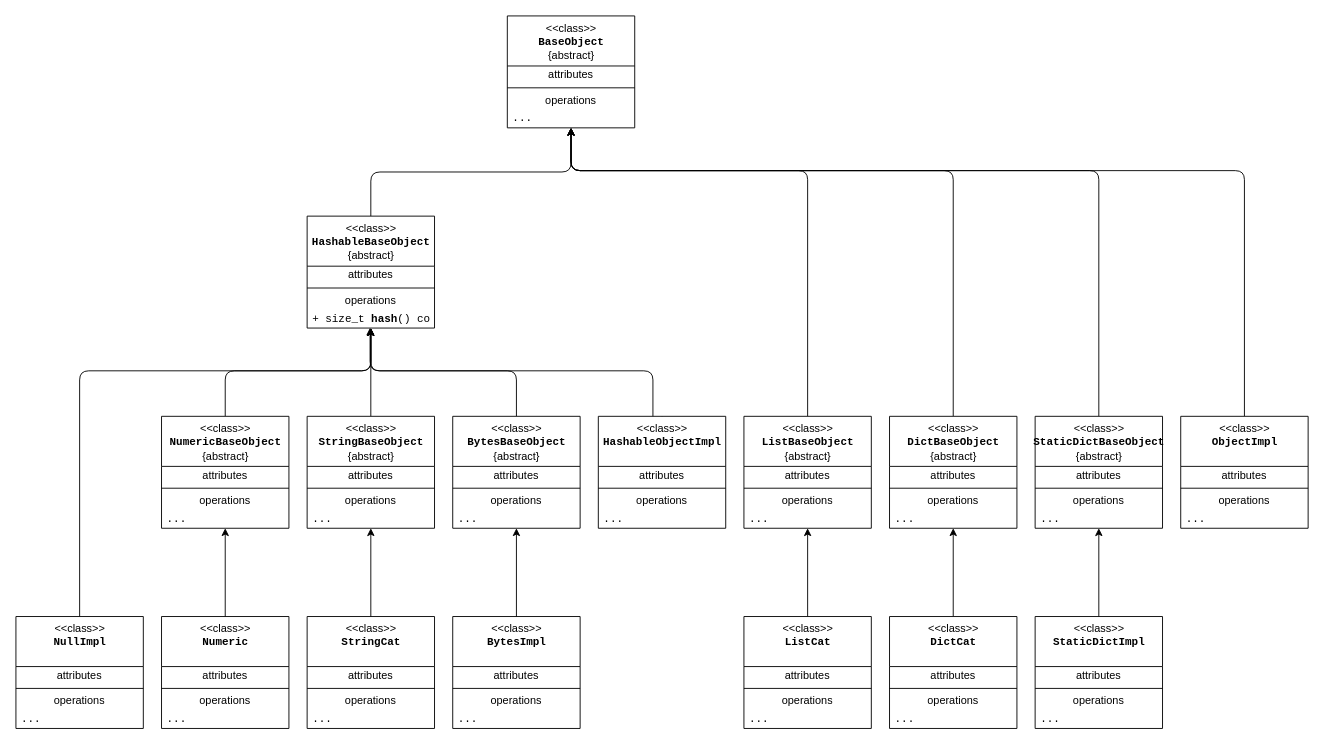
The draw.io diagram docs/classes_layout.drawio in zhenghaven/SimpleObjects, before the edit. Source tidied: cells renumbered, new cells numbered last; positions are measured from the earlier drawing's top-left corner, leaving out a move shared by most shapes. Both pictures are drawn from the tidied source at 91%, with x=0, y=0 at pixel (15, 15).
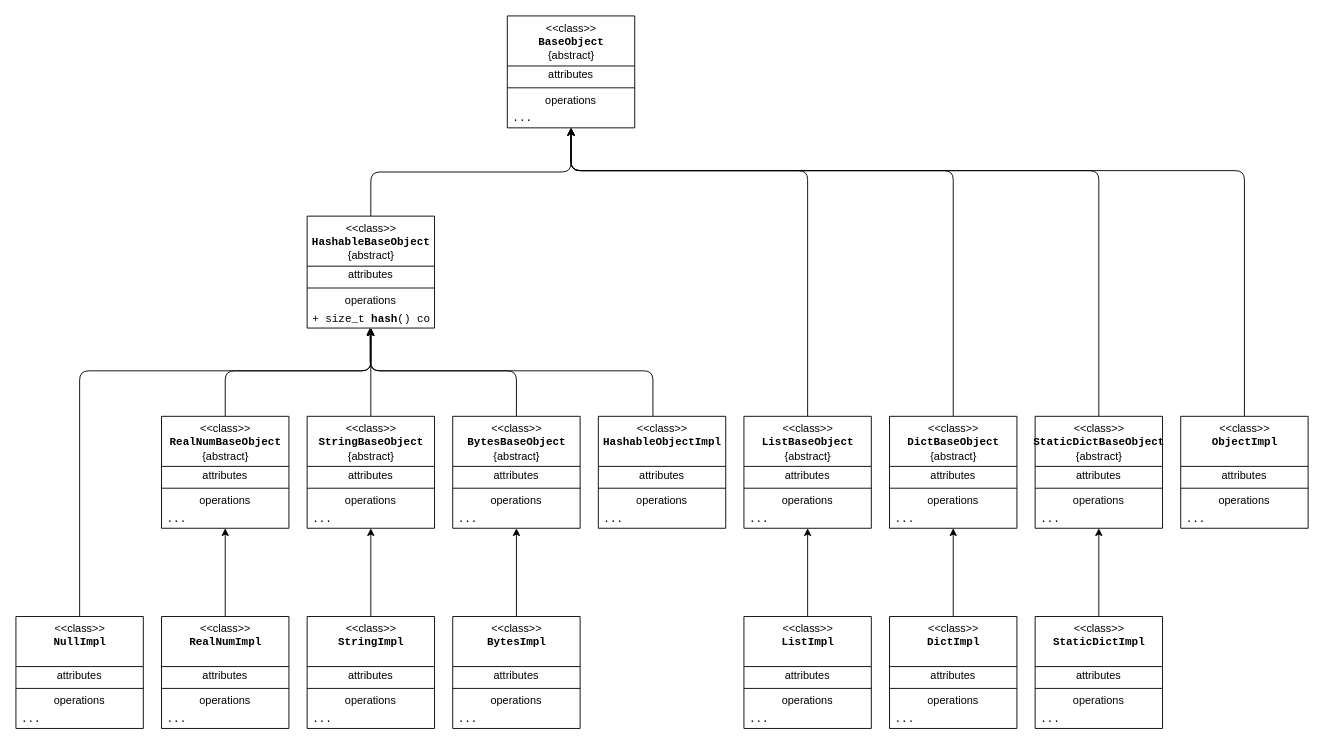
Above is the later version.

Change to the diagram source:
```diff
@@
-    <mxCell id="13" value="&amp;lt;&amp;lt;class&amp;gt;&amp;gt;&lt;br&gt;&lt;b&gt;&lt;font face=&quot;Courier New&quot;&gt;Numeric&lt;/font&gt;&lt;/b&gt;" style="swimlane;fontStyle=0;align=center;verticalAlign=top;horizontal=1;startSize=55;html=1;" parent="1" vertex="1">
+    <mxCell id="13" value="&amp;lt;&amp;lt;class&amp;gt;&amp;gt;&lt;br&gt;&lt;b&gt;&lt;font face=&quot;Courier New&quot;&gt;RealNumImpl&lt;/font&gt;&lt;/b&gt;" style="swimlane;fontStyle=0;align=center;verticalAlign=top;horizontal=1;startSize=55;html=1;" parent="1" vertex="1">
       <mxGeometry x="160" y="660" width="140" height="123" as="geometry" />
     </mxCell>
@@
-    <mxCell id="18" value="&amp;lt;&amp;lt;class&amp;gt;&amp;gt;&lt;br&gt;&lt;b&gt;&lt;font face=&quot;Courier New&quot;&gt;StringCat&lt;/font&gt;&lt;/b&gt;" style="swimlane;fontStyle=0;align=center;verticalAlign=top;horizontal=1;startSize=55;html=1;" parent="1" vertex="1">
+    <mxCell id="18" value="&amp;lt;&amp;lt;class&amp;gt;&amp;gt;&lt;br&gt;&lt;b&gt;&lt;font face=&quot;Courier New&quot;&gt;StringImpl&lt;/font&gt;&lt;/b&gt;" style="swimlane;fontStyle=0;align=center;verticalAlign=top;horizontal=1;startSize=55;html=1;" parent="1" vertex="1">
       <mxGeometry x="320" y="660" width="140" height="123" as="geometry" />
     </mxCell>
@@
-    <mxCell id="24" value="&amp;lt;&amp;lt;class&amp;gt;&amp;gt;&lt;br&gt;&lt;b&gt;&lt;font face=&quot;Courier New&quot;&gt;NumericBaseObject&lt;/font&gt;&lt;/b&gt;&lt;br&gt;{abstract}" style="swimlane;fontStyle=0;align=center;verticalAlign=top;horizontal=1;startSize=55;html=1;" parent="1" vertex="1">
+    <mxCell id="24" value="&amp;lt;&amp;lt;class&amp;gt;&amp;gt;&lt;br&gt;&lt;b&gt;&lt;font face=&quot;Courier New&quot;&gt;RealNumBaseObject&lt;/font&gt;&lt;/b&gt;&lt;br&gt;{abstract}" style="swimlane;fontStyle=0;align=center;verticalAlign=top;horizontal=1;startSize=55;html=1;" parent="1" vertex="1">
       <mxGeometry x="160" y="440" width="140" height="123" as="geometry" />
     </mxCell>
@@
-    <mxCell id="56" value="&amp;lt;&amp;lt;class&amp;gt;&amp;gt;&lt;br&gt;&lt;b&gt;&lt;font face=&quot;Courier New&quot;&gt;ListCat&lt;/font&gt;&lt;/b&gt;" style="swimlane;fontStyle=0;align=center;verticalAlign=top;horizontal=1;startSize=55;html=1;" parent="1" vertex="1">
+    <mxCell id="56" value="&amp;lt;&amp;lt;class&amp;gt;&amp;gt;&lt;br&gt;&lt;b&gt;&lt;font face=&quot;Courier New&quot;&gt;ListImpl&lt;/font&gt;&lt;/b&gt;" style="swimlane;fontStyle=0;align=center;verticalAlign=top;horizontal=1;startSize=55;html=1;" parent="1" vertex="1">
       <mxGeometry x="800" y="660" width="140" height="123" as="geometry" />
     </mxCell>
@@
-    <mxCell id="68" value="&amp;lt;&amp;lt;class&amp;gt;&amp;gt;&lt;br&gt;&lt;b&gt;&lt;font face=&quot;Courier New&quot;&gt;DictCat&lt;/font&gt;&lt;/b&gt;" style="swimlane;fontStyle=0;align=center;verticalAlign=top;horizontal=1;startSize=55;html=1;" parent="1" vertex="1">
+    <mxCell id="68" value="&amp;lt;&amp;lt;class&amp;gt;&amp;gt;&lt;br&gt;&lt;b&gt;&lt;font face=&quot;Courier New&quot;&gt;DictImpl&lt;/font&gt;&lt;/b&gt;" style="swimlane;fontStyle=0;align=center;verticalAlign=top;horizontal=1;startSize=55;html=1;" parent="1" vertex="1">
       <mxGeometry x="960" y="660" width="140" height="123" as="geometry" />
     </mxCell>
```
